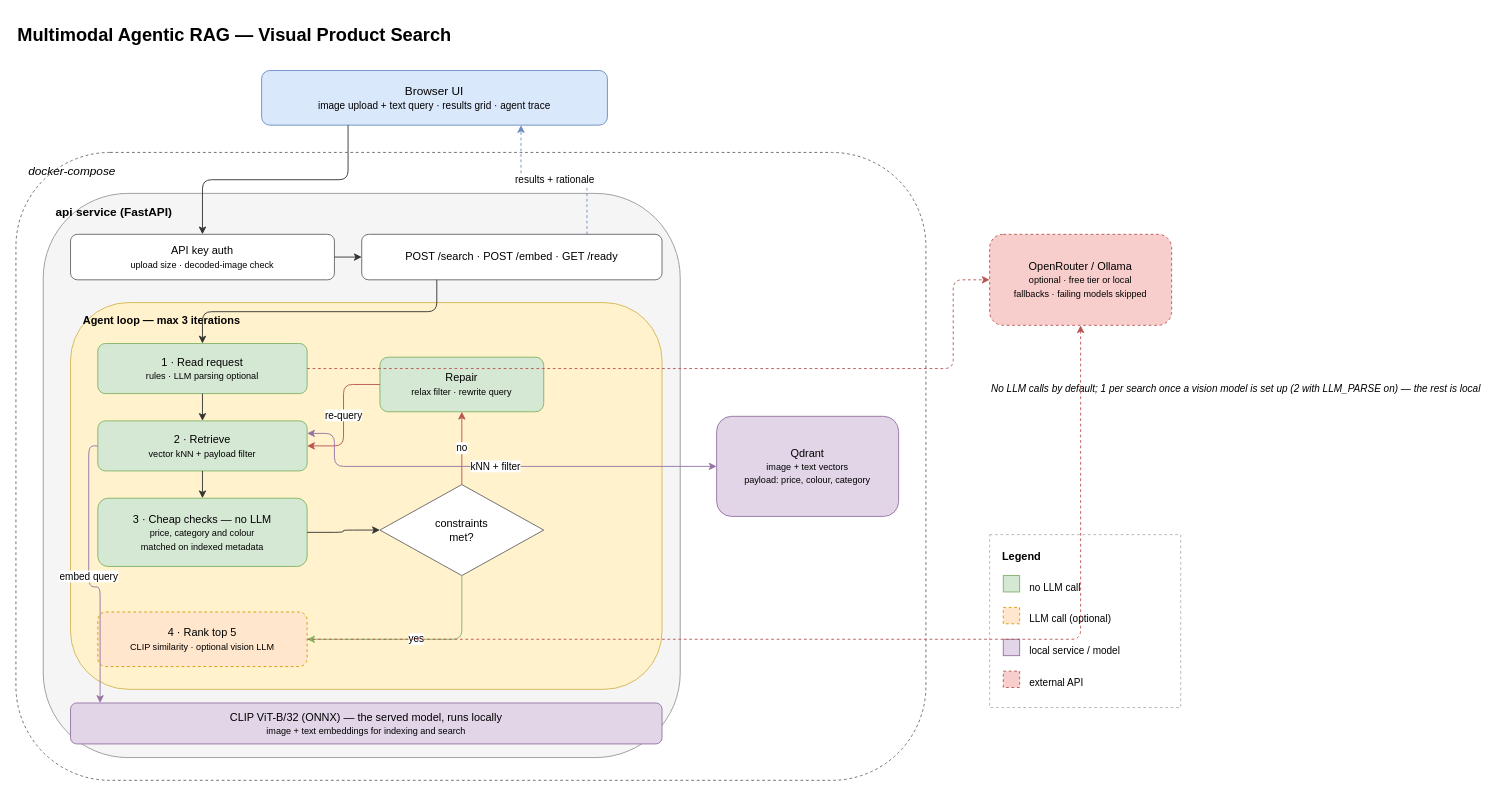
Earlier version of the draw.io diagram docs/architecture.drawio (Delocy/rdai-project). Source tidied: cells renumbered, new cells numbered last; positions are measured from the earlier drawing's top-left corner, leaving out a move shared by most shapes. Both pictures are drawn from the tidied source at 91%, with x=0, y=0 at pixel (15, 15).
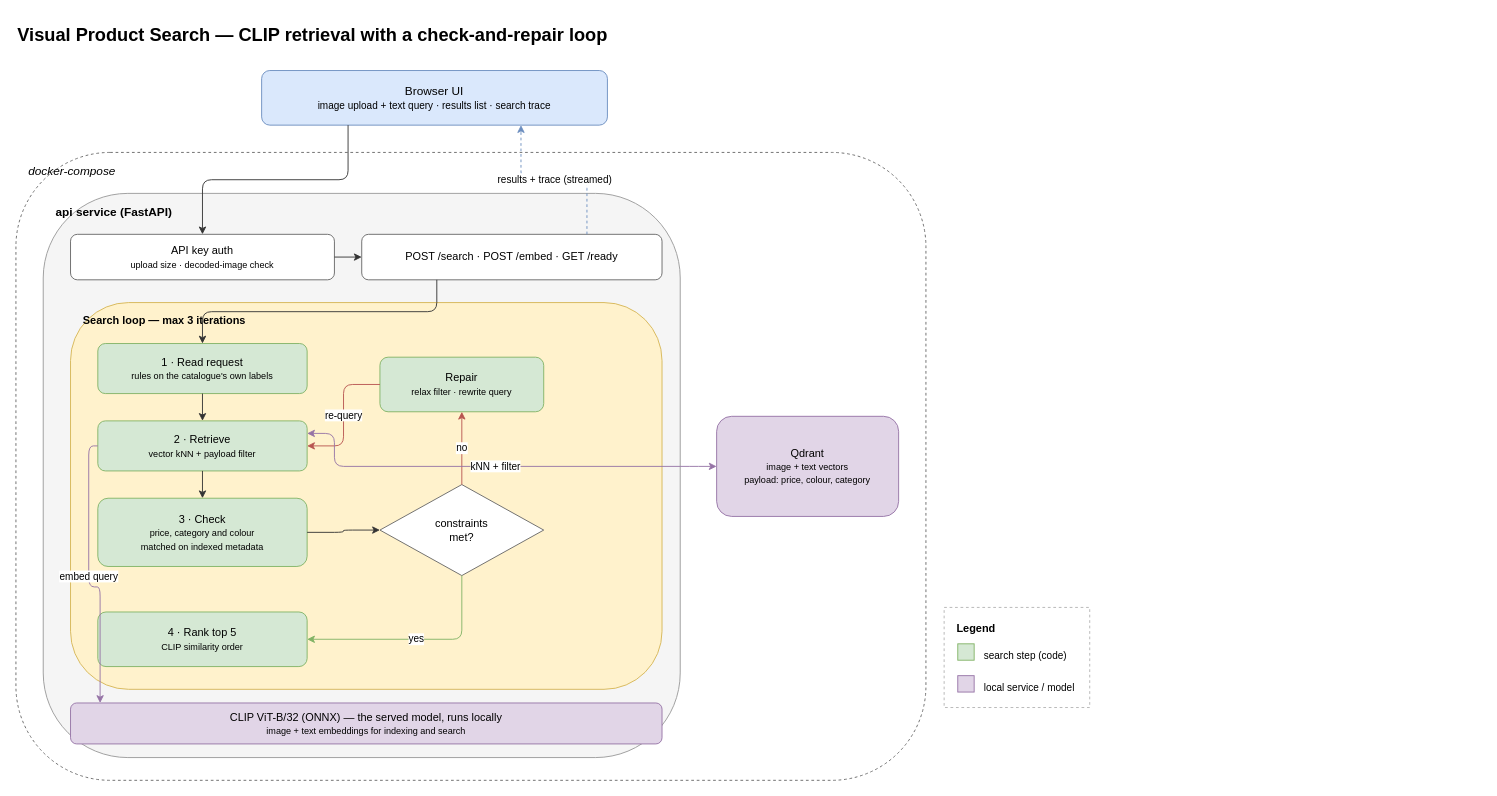
After the change.

The change refers to these unchanged cells:
```xml
<mxCell id="7" value="POST /search · POST /embed · GET /ready" style="rounded=1;whiteSpace=wrap;html=1;fillColor=#ffffff;strokeColor=#666666;fontSize=12;" parent="1" vertex="1">
  <mxGeometry x="380" y="240" width="330" height="50" as="geometry" />
</mxCell>
<mxCell id="13" value="constraints&lt;br&gt;met?" style="rhombus;whiteSpace=wrap;html=1;fillColor=#ffffff;strokeColor=#666666;fontSize=12;" parent="1" vertex="1">
  <mxGeometry x="400" y="515" width="180" height="100" as="geometry" />
</mxCell>
```

What changed in the source:
```diff
@@
-    <mxCell id="2" value="Multimodal Agentic RAG — Visual Product Search" style="text;html=1;fontSize=20;fontStyle=1;align=left;verticalAlign=middle;" parent="1" vertex="1">
+    <mxCell id="2" value="Visual Product Search — CLIP retrieval with a check-and-repair loop" style="text;html=1;fontSize=20;fontStyle=1;align=left;verticalAlign=middle;" parent="1" vertex="1">
       <mxGeometry width="600" height="40" as="geometry" />
     </mxCell>
-    <mxCell id="3" value="Browser UI&lt;br&gt;&lt;font style=&quot;font-size: 11px;&quot;&gt;image upload + text query · results grid · agent trace&lt;/font&gt;" style="rounded=1;whiteSpace=wrap;html=1;fillColor=#dae8fc;strokeColor=#6c8ebf;fontSize=13;" parent="1" vertex="1">
+    <mxCell id="3" value="Browser UI&lt;br&gt;&lt;font style=&quot;font-size: 11px;&quot;&gt;image upload + text query · results list · search trace&lt;/font&gt;" style="rounded=1;whiteSpace=wrap;html=1;fillColor=#dae8fc;strokeColor=#6c8ebf;fontSize=13;" parent="1" vertex="1">
       <mxGeometry x="270" y="60" width="380" height="60" as="geometry" />
     </mxCell>
@@
-    <mxCell id="8" value="Agent loop — max 3 iterations" style="rounded=1;whiteSpace=wrap;html=1;fillColor=#fff2cc;strokeColor=#d6b656;verticalAlign=top;align=left;spacingLeft=12;spacingTop=6;fontSize=12;fontStyle=1;" parent="1" vertex="1">
+    <mxCell id="8" value="Search loop — max 3 iterations" style="rounded=1;whiteSpace=wrap;html=1;fillColor=#fff2cc;strokeColor=#d6b656;verticalAlign=top;align=left;spacingLeft=12;spacingTop=6;fontSize=12;fontStyle=1;" parent="1" vertex="1">
       <mxGeometry x="60" y="315" width="650" height="425" as="geometry" />
     </mxCell>
-    <mxCell id="9" value="1 · Read request&lt;br&gt;&lt;font style=&quot;font-size: 10px;&quot;&gt;rules · LLM parsing optional&lt;/font&gt;" style="rounded=1;whiteSpace=wrap;html=1;fillColor=#d5e8d4;strokeColor=#82b366;fontSize=12;" parent="1" vertex="1">
+    <mxCell id="9" value="1 · Read request&lt;br&gt;&lt;font style=&quot;font-size: 10px;&quot;&gt;rules on the catalogue's own labels&lt;/font&gt;" style="rounded=1;whiteSpace=wrap;html=1;fillColor=#d5e8d4;strokeColor=#82b366;fontSize=12;" parent="1" vertex="1">
       <mxGeometry x="90" y="360" width="230" height="55" as="geometry" />
     </mxCell>
@@
-    <mxCell id="11" value="3 · Cheap checks — no LLM&lt;br&gt;&lt;font style=&quot;font-size: 10px;&quot;&gt;price, category and colour&lt;br&gt;matched on indexed metadata&lt;/font&gt;" style="rounded=1;whiteSpace=wrap;html=1;fillColor=#d5e8d4;strokeColor=#82b366;fontSize=12;" parent="1" vertex="1">
+    <mxCell id="11" value="3 · Check&lt;br&gt;&lt;font style=&quot;font-size: 10px;&quot;&gt;price, category and colour&lt;br&gt;matched on indexed metadata&lt;/font&gt;" style="rounded=1;whiteSpace=wrap;html=1;fillColor=#d5e8d4;strokeColor=#82b366;fontSize=12;" parent="1" vertex="1">
       <mxGeometry x="90" y="530" width="230" height="75" as="geometry" />
     </mxCell>
-    <mxCell id="12" value="4 · Rank top 5&lt;br&gt;&lt;font style=&quot;font-size: 10px;&quot;&gt;CLIP similarity · optional vision LLM&lt;/font&gt;" style="rounded=1;whiteSpace=wrap;html=1;dashed=1;fillColor=#ffe6cc;strokeColor=#d79b00;fontSize=12;" parent="1" vertex="1">
-      <mxGeometry x="90" y="655" width="230" height="60" as="geometry" />
-    </mxCell>
+    <mxCell id="43" value="4 · Rank top 5&lt;br&gt;&lt;font style=&quot;font-size: 10px;&quot;&gt;CLIP similarity order&lt;/font&gt;" style="rounded=1;whiteSpace=wrap;html=1;fillColor=#d5e8d4;strokeColor=#82b366;fontSize=12;" parent="1" vertex="1">
+      <mxGeometry x="90" y="655" width="230" height="60" as="geometry" />
+    </mxCell>
@@
-    <mxCell id="17" value="OpenRouter / Ollama&lt;br&gt;&lt;font style=&quot;font-size: 10px;&quot;&gt;optional · free tier or local&lt;br&gt;fallbacks · failing models skipped&lt;/font&gt;" style="rounded=1;whiteSpace=wrap;html=1;dashed=1;fillColor=#f8cecc;strokeColor=#b85450;fontSize=12;" parent="1" vertex="1">
-      <mxGeometry x="1070" y="240" width="200" height="100" as="geometry" />
-    </mxCell>
     <mxCell id="18" style="rounded=0;whiteSpace=wrap;html=1;fillColor=none;strokeColor=#b3b3b3;dashed=1;" parent="1" vertex="1">
-      <mxGeometry x="1070" y="570" width="210" height="190" as="geometry" />
+      <mxGeometry x="1020" y="650" width="160" height="110" as="geometry" />
     </mxCell>
     <mxCell id="19" value="Legend" style="text;html=1;fontSize=12;fontStyle=1;align=left;" parent="1" vertex="1">
-      <mxGeometry x="1082" y="580" width="180" height="20" as="geometry" />
+      <mxGeometry x="1032" y="660" width="140" height="20" as="geometry" />
     </mxCell>
     <mxCell id="20" style="rounded=0;whiteSpace=wrap;html=1;fillColor=#d5e8d4;strokeColor=#82b366;" parent="1" vertex="1">
-      <mxGeometry x="1085" y="615" width="18" height="18" as="geometry" />
+      <mxGeometry x="1035" y="690" width="18" height="18" as="geometry" />
     </mxCell>
-    <mxCell id="21" value="no LLM call" style="text;html=1;fontSize=11;align=left;" parent="1" vertex="1">
-      <mxGeometry x="1112" y="615" width="160" height="18" as="geometry" />
+    <mxCell id="21" value="search step (code)" style="text;html=1;fontSize=11;align=left;" parent="1" vertex="1">
+      <mxGeometry x="1062" y="690" width="115" height="18" as="geometry" />
     </mxCell>
-    <mxCell id="22" style="rounded=0;whiteSpace=wrap;html=1;dashed=1;fillColor=#ffe6cc;strokeColor=#d79b00;" parent="1" vertex="1">
-      <mxGeometry x="1085" y="650" width="18" height="18" as="geometry" />
-    </mxCell>
-    <mxCell id="23" value="LLM call (optional)" style="text;html=1;fontSize=11;align=left;" parent="1" vertex="1">
-      <mxGeometry x="1112" y="650" width="160" height="18" as="geometry" />
-    </mxCell>
     <mxCell id="24" style="rounded=0;whiteSpace=wrap;html=1;fillColor=#e1d5e7;strokeColor=#9673a6;" parent="1" vertex="1">
-      <mxGeometry x="1085" y="685" width="18" height="18" as="geometry" />
+      <mxGeometry x="1035" y="725" width="18" height="18" as="geometry" />
     </mxCell>
     <mxCell id="25" value="local service / model" style="text;html=1;fontSize=11;align=left;" parent="1" vertex="1">
-      <mxGeometry x="1112" y="685" width="160" height="18" as="geometry" />
+      <mxGeometry x="1062" y="725" width="115" height="18" as="geometry" />
     </mxCell>
-    <mxCell id="26" style="rounded=0;whiteSpace=wrap;html=1;fillColor=#f8cecc;strokeColor=#b85450;dashed=1;" parent="1" vertex="1">
-      <mxGeometry x="1085" y="720" width="18" height="18" as="geometry" />
-    </mxCell>
-    <mxCell id="27" value="external API" style="text;html=1;fontSize=11;align=left;" parent="1" vertex="1">
-      <mxGeometry x="1112" y="720" width="160" height="18" as="geometry" />
-    </mxCell>
-    <mxCell id="28" value="No LLM calls by default; 1 per search once a vision model is set up (2 with LLM_PARSE on) — the rest is local" style="text;html=1;fontSize=11;fontStyle=2;align=left;verticalAlign=middle;" parent="1" vertex="1">
-      <mxGeometry x="1070" y="390" width="240" height="40" as="geometry" />
-    </mxCell>
@@
-    <mxCell id="37" value="yes" style="edgeStyle=orthogonalEdgeStyle;rounded=1;html=1;exitX=0.5;exitY=1;exitDx=0;exitDy=0;entryX=1;entryY=0.5;entryDx=0;entryDy=0;strokeColor=#82b366;fontSize=11;" parent="1" edge="1" source="13" target="12">
+    <mxCell id="37" value="yes" style="edgeStyle=orthogonalEdgeStyle;rounded=1;html=1;exitX=0.5;exitY=1;exitDx=0;exitDy=0;entryX=1;entryY=0.5;entryDx=0;entryDy=0;strokeColor=#82b366;fontSize=11;" parent="1" edge="1" source="13" target="43">
       <mxGeometry relative="1" as="geometry" />
     </mxCell>
@@
-    <mxCell id="40" style="edgeStyle=orthogonalEdgeStyle;rounded=1;html=1;dashed=1;exitX=1;exitY=0.5;exitDx=0;exitDy=0;entryX=0;entryY=0.5;entryDx=0;entryDy=0;strokeColor=#b85450;" parent="1" edge="1" source="9" target="17">
-      <mxGeometry relative="1" as="geometry">
-        <Array as="points">
-          <mxPoint x="1030" y="387" />
-          <mxPoint x="1030" y="290" />
-        </Array>
-      </mxGeometry>
-    </mxCell>
-    <mxCell id="41" style="edgeStyle=orthogonalEdgeStyle;rounded=1;html=1;dashed=1;exitX=1;exitY=0.5;exitDx=0;exitDy=0;entryX=0.5;entryY=1;entryDx=0;entryDy=0;strokeColor=#b85450;" parent="1" edge="1" source="12" target="17">
-      <mxGeometry relative="1" as="geometry">
-        <Array as="points">
-          <mxPoint x="1170" y="685" />
-        </Array>
-      </mxGeometry>
-    </mxCell>
-    <mxCell id="42" value="results + rationale" style="edgeStyle=orthogonalEdgeStyle;rounded=1;html=1;dashed=1;exitX=0.75;exitY=0;exitDx=0;exitDy=0;entryX=0.75;entryY=1;entryDx=0;entryDy=0;strokeColor=#6c8ebf;fontSize=11;" parent="1" edge="1" source="7" target="3">
+    <mxCell id="42" value="results + trace (streamed)" style="edgeStyle=orthogonalEdgeStyle;rounded=1;html=1;dashed=1;exitX=0.75;exitY=0;exitDx=0;exitDy=0;entryX=0.75;entryY=1;entryDx=0;entryDy=0;strokeColor=#6c8ebf;fontSize=11;" parent="1" edge="1" source="7" target="3">
       <mxGeometry relative="1" as="geometry" />
     </mxCell>
```
